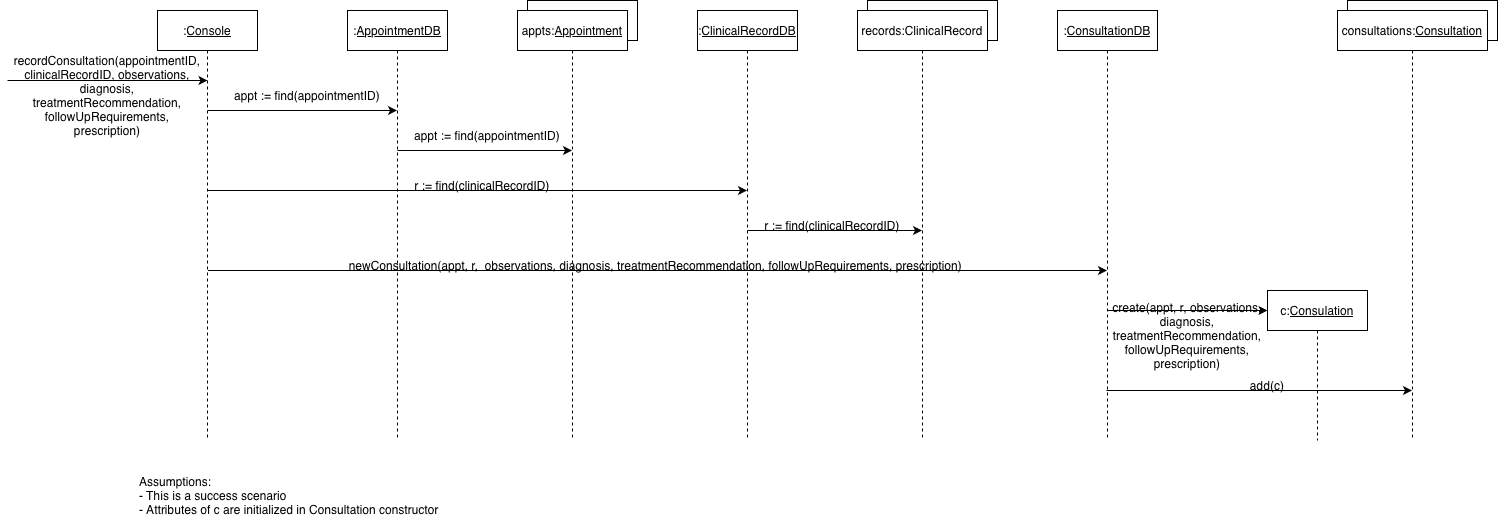
The draw.io diagram artifacts/InteractionDiagrams/RecordConsultationUseCase/recordConsultation-interaction-diagram.png in zaifnatra/SOEN342, before a commit. Source tidied: cells renumbered, new cells last; positions are measured from the earlier drawing's top-left corner, leaving out a move shared by most shapes.
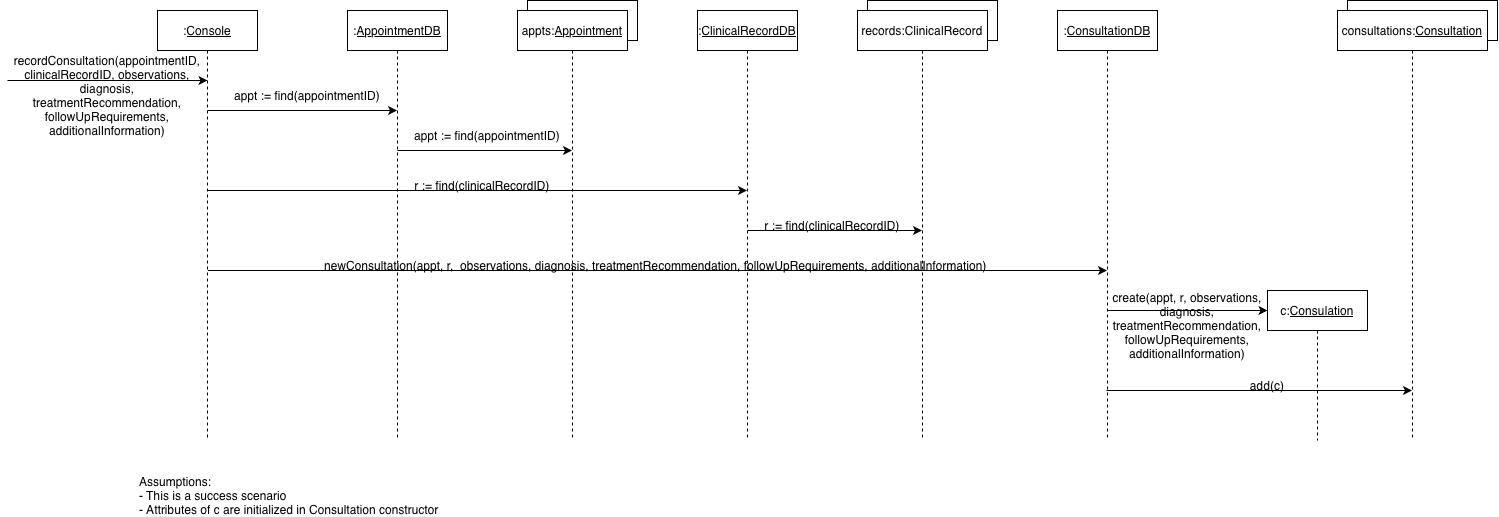
The same file after the commit.

Commit message:
added additional info in recordConsultation interaction diagram

Change to the diagram source:
```diff
@@ -20,7 +20,7 @@
         <mxPoint x="200" y="80" as="targetPoint" />
       </mxGeometry>
     </mxCell>
-    <mxCell id="7" value="recordConsultation(appointmentID, clinicalRecordID, observations, diagnosis, treatmentRecommendation, followUpRequirements, prescription)" style="text;html=1;whiteSpace=wrap;strokeColor=none;fillColor=none;align=center;verticalAlign=middle;rounded=0;" parent="1" vertex="1">
+    <mxCell id="7" value="recordConsultation(appointmentID, clinicalRecordID, observations, diagnosis, treatmentRecommendation, followUpRequirements, additionalInformation)" style="text;html=1;whiteSpace=wrap;strokeColor=none;fillColor=none;align=center;verticalAlign=middle;rounded=0;" parent="1" vertex="1">
       <mxGeometry x="70" y="80" width="60" height="30" as="geometry" />
     </mxCell>
     <mxCell id="8" style="edgeStyle=none;jettySize=auto;html=1;rounded=0;defaultLabelBackgroundColor=page;labelPadding=0 4;" parent="1" edge="1" target="4">
@@ -53,14 +53,14 @@
         <mxPoint x="200.5" y="270" as="sourcePoint" />
       </mxGeometry>
     </mxCell>
-    <mxCell id="16" value="newConsultation(appt, r, &amp;nbsp;observations, diagnosis, treatmentRecommendation, followUpRequirements, prescription)&amp;nbsp;" style="text;html=1;whiteSpace=wrap;strokeColor=none;fillColor=none;align=center;verticalAlign=middle;rounded=0;" parent="1" vertex="1">
+    <mxCell id="16" value="newConsultation(appt, r, &amp;nbsp;observations, diagnosis, treatmentRecommendation, followUpRequirements, additionalInformation)&amp;nbsp;" style="text;html=1;whiteSpace=wrap;strokeColor=none;fillColor=none;align=center;verticalAlign=middle;rounded=0;" parent="1" vertex="1">
       <mxGeometry x="305" y="250" width="690" height="30" as="geometry" />
     </mxCell>
     <mxCell id="17" value="c:&lt;u&gt;Consulation&lt;/u&gt;" style="shape=umlLifeline;perimeter=lifelinePerimeter;whiteSpace=wrap;html=1;newEdgeStyle={&quot;edgeStyle&quot;:&quot;sequenceEdgeStyle&quot;,&quot;libavoidRouting&quot;:0,&quot;curved&quot;:0,&quot;rounded&quot;:0};" parent="1" vertex="1">
       <mxGeometry x="1260" y="290" width="100" height="150" as="geometry" />
     </mxCell>
-    <mxCell id="18" value="create(appt, r, observations, diagnosis, treatmentRecommendation, followUpRequirements, prescription)" style="text;html=1;whiteSpace=wrap;strokeColor=none;fillColor=none;align=center;verticalAlign=middle;rounded=0;" parent="1" vertex="1">
-      <mxGeometry x="1090" y="320" width="180" height="30" as="geometry" />
+    <mxCell id="18" value="create(appt, r, observations, diagnosis, treatmentRecommendation, followUpRequirements, additionalInformation)" style="text;html=1;whiteSpace=wrap;strokeColor=none;fillColor=none;align=center;verticalAlign=middle;rounded=0;" parent="1" vertex="1">
+      <mxGeometry x="1090" y="310" width="180" height="30" as="geometry" />
     </mxCell>
     <mxCell id="19" style="edgeStyle=none;jettySize=auto;html=1;rounded=0;defaultLabelBackgroundColor=page;labelPadding=0 4;exitX=0.524;exitY=0.73;exitDx=0;exitDy=0;exitPerimeter=0;" parent="1" edge="1" target="28">
       <mxGeometry relative="1" as="geometry">
```
